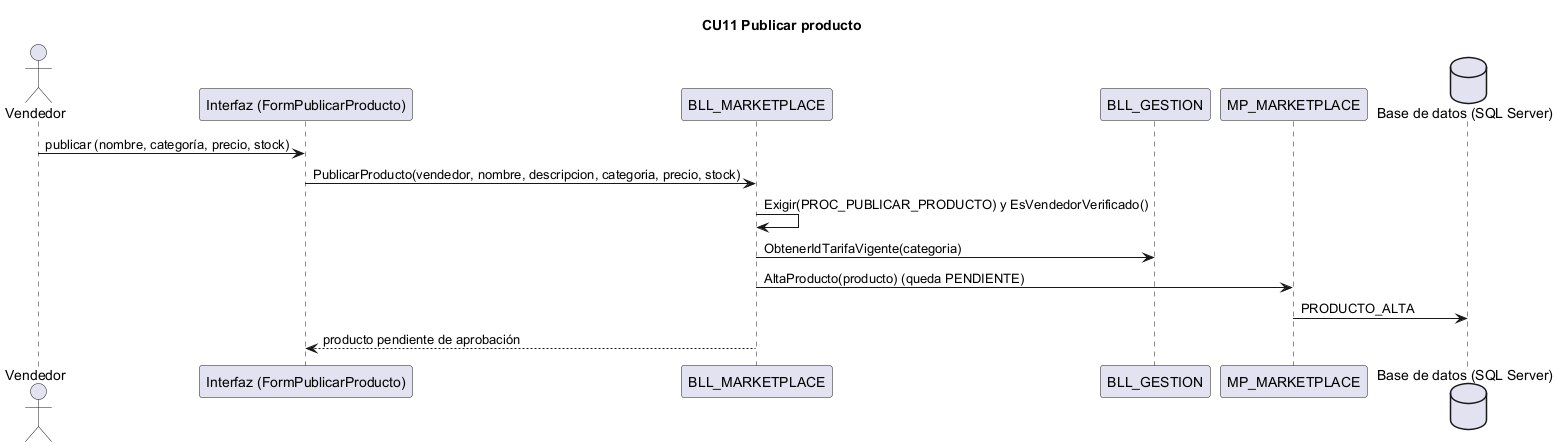
Earlier version of the PlantUML export docs/diagramas/secuencias_png/CU11.png (L-Muniz/uai-diploma_2026).
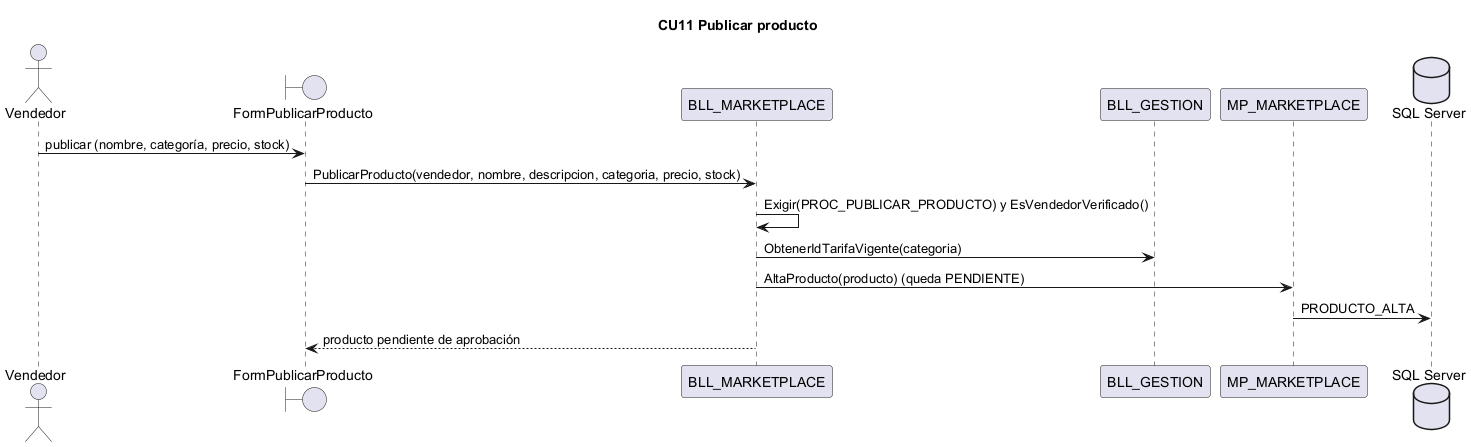
The same diagram one commit later.

Change to the diagram source:
```diff
@@ -1,11 +1,11 @@
 @startuml CU11
 title CU11 Publicar producto
 actor Vendedor
-participant "Interfaz (FormPublicarProducto)" as IU
+boundary "FormPublicarProducto" as IU
 participant "BLL_MARKETPLACE" as BLL
 participant "BLL_GESTION" as GES
 participant "MP_MARKETPLACE" as DAL
-database "Base de datos (SQL Server)" as BD
+database "SQL Server" as BD
 Vendedor -> IU : publicar (nombre, categoría, precio, stock)
 IU -> BLL : PublicarProducto(vendedor, nombre, descripcion, categoria, precio, stock)
 BLL -> BLL : Exigir(PROC_PUBLICAR_PRODUCTO) y EsVendedorVerificado()
```
